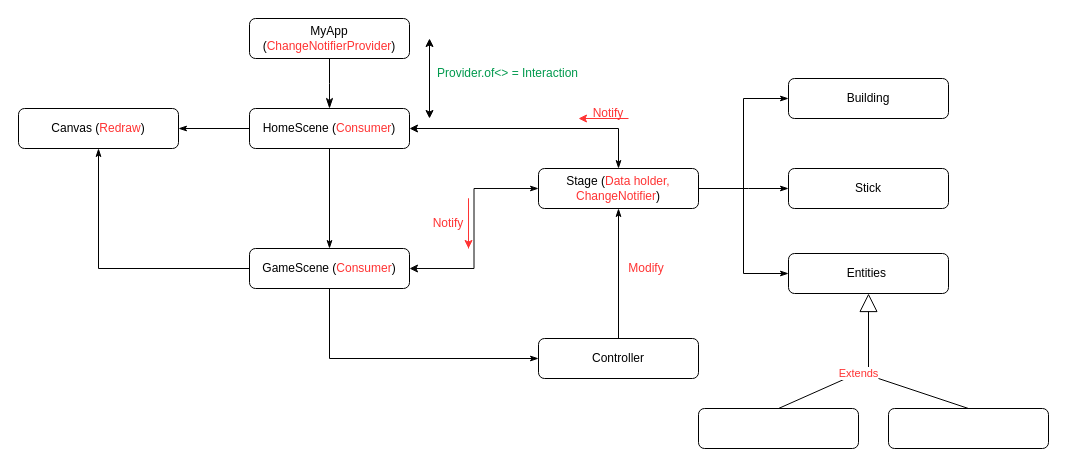
The draw.io diagram page "Page-1" (1 of 2) of App.drawio in SkYF4Il/INFO0045, before the edit. Source tidied: cells renumbered, new cells numbered last; positions are measured from the earlier drawing's top-left corner, leaving out a move shared by most shapes. Both pictures are drawn from the tidied source at 100%, with x=0, y=0 at pixel (18, 18).
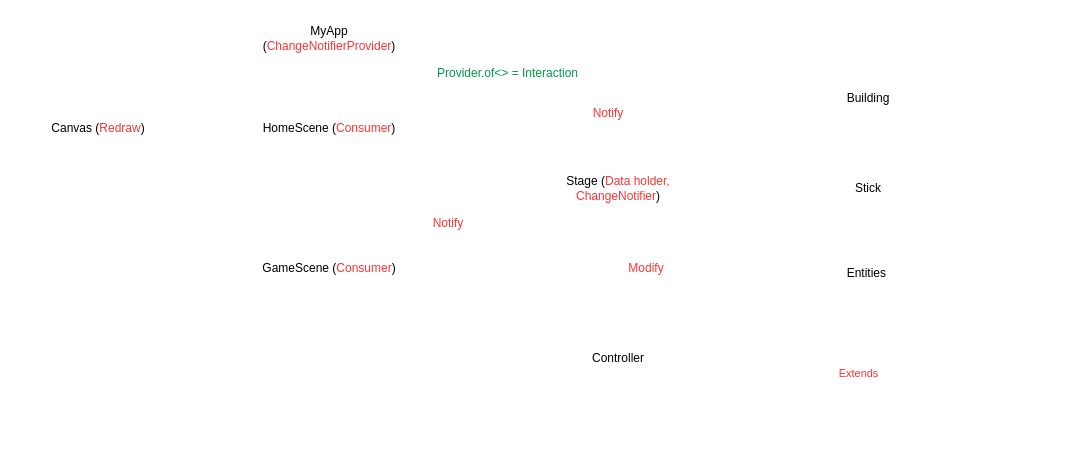
The same page after the edit.

Diff of the diagram source:
```diff
@@
-    <mxCell id="2" style="rounded=0;html=1;jettySize=auto;fontSize=11;endArrow=classicThin;endFill=1;endSize=8;strokeWidth=1;shadow=0;labelBackgroundColor=none;edgeStyle=orthogonalEdgeStyle;" parent="1" edge="1" source="3">
+    <mxCell id="2" style="rounded=0;html=1;jettySize=auto;fontSize=11;endArrow=classicThin;endFill=1;endSize=8;strokeWidth=3;shadow=0;labelBackgroundColor=none;edgeStyle=orthogonalEdgeStyle;strokeColor=#FFFFFF;" parent="1" edge="1" source="3">
       <mxGeometry relative="1" as="geometry">
         <mxPoint x="311" y="90" as="targetPoint" />
       </mxGeometry>
     </mxCell>
-    <mxCell id="3" value="MyApp (&lt;font color=&quot;#ff3333&quot;&gt;ChangeNotifierProvider&lt;/font&gt;)" style="rounded=1;whiteSpace=wrap;html=1;fontSize=12;glass=0;strokeWidth=1;shadow=0;" parent="1" vertex="1">
+    <mxCell id="3" value="MyApp (&lt;font color=&quot;#ff3333&quot;&gt;ChangeNotifierProvider&lt;/font&gt;)" style="rounded=1;whiteSpace=wrap;html=1;fontSize=12;glass=0;strokeWidth=3;shadow=0;strokeColor=#FFFFFF;" parent="1" vertex="1">
       <mxGeometry x="231" width="160" height="40" as="geometry" />
     </mxCell>
-    <mxCell id="4" style="edgeStyle=orthogonalEdgeStyle;rounded=0;jettySize=auto;html=1;fontColor=#00994D;endArrow=classicThin;endFill=1;" parent="1" edge="1" source="7" target="13">
+    <mxCell id="4" style="edgeStyle=orthogonalEdgeStyle;rounded=0;jettySize=auto;html=1;fontColor=#00994D;endArrow=classicThin;endFill=1;strokeWidth=3;strokeColor=#FFFFFF;" parent="1" edge="1" source="7" target="13">
       <mxGeometry relative="1" as="geometry" />
     </mxCell>
-    <mxCell id="5" style="edgeStyle=orthogonalEdgeStyle;rounded=0;jettySize=auto;html=1;fontColor=#FF3333;endArrow=classicThin;endFill=1;" parent="1" edge="1" source="7" target="14">
+    <mxCell id="5" style="edgeStyle=orthogonalEdgeStyle;rounded=0;jettySize=auto;html=1;fontColor=#FF3333;endArrow=classicThin;endFill=1;strokeWidth=3;strokeColor=#FFFFFF;" parent="1" edge="1" source="7" target="14">
       <mxGeometry relative="1" as="geometry" />
     </mxCell>
-    <mxCell id="6" style="edgeStyle=orthogonalEdgeStyle;rounded=0;jettySize=auto;html=1;exitX=1;exitY=0.5;exitDx=0;exitDy=0;entryX=0.5;entryY=0;entryDx=0;entryDy=0;fontColor=#FF3333;startArrow=classic;startFill=1;endArrow=classicThin;endFill=1;" parent="1" edge="1" source="7" target="20">
+    <mxCell id="6" style="edgeStyle=orthogonalEdgeStyle;rounded=0;jettySize=auto;html=1;exitX=1;exitY=0.5;exitDx=0;exitDy=0;entryX=0.5;entryY=0;entryDx=0;entryDy=0;fontColor=#FF3333;startArrow=classic;startFill=1;endArrow=classicThin;endFill=1;strokeWidth=3;strokeColor=#FFFFFF;" parent="1" edge="1" source="7" target="20">
       <mxGeometry relative="1" as="geometry" />
     </mxCell>
-    <mxCell id="7" value="HomeScene (&lt;font color=&quot;#ff3333&quot;&gt;Consumer&lt;/font&gt;)" style="rounded=1;whiteSpace=wrap;html=1;fontSize=12;glass=0;strokeWidth=1;shadow=0;" parent="1" vertex="1">
+    <mxCell id="7" value="HomeScene (&lt;font color=&quot;#ff3333&quot;&gt;Consumer&lt;/font&gt;)" style="rounded=1;whiteSpace=wrap;html=1;fontSize=12;glass=0;strokeWidth=3;shadow=0;strokeColor=#FFFFFF;" parent="1" vertex="1">
       <mxGeometry x="231" y="90" width="160" height="40" as="geometry" />
     </mxCell>
-    <mxCell id="8" style="endArrow=classic;startArrow=classic;html=1;rounded=0;fontColor=#FF3333;" parent="1" edge="1">
+    <mxCell id="8" style="endArrow=classic;startArrow=classic;html=1;rounded=0;fontColor=#FF3333;strokeWidth=3;strokeColor=#FFFFFF;" parent="1" edge="1">
       <mxGeometry relative="1" as="geometry">
         <mxPoint x="411" y="100" as="sourcePoint" />
         <mxPoint x="411" y="20" as="targetPoint" />
       </mxGeometry>
     </mxCell>
-    <mxCell id="9" value="&lt;font color=&quot;#00994d&quot;&gt;Provider.of&amp;lt;&amp;gt; = Interaction&lt;/font&gt;" style="text;html=1;strokeColor=none;fillColor=none;align=center;verticalAlign=middle;whiteSpace=wrap;rounded=0;fontColor=#FF3333;" parent="1" vertex="1">
+    <mxCell id="9" value="&lt;font color=&quot;#00994d&quot;&gt;Provider.of&amp;lt;&amp;gt; = Interaction&lt;/font&gt;" style="text;html=1;strokeColor=#FFFFFF;fillColor=none;align=center;verticalAlign=middle;whiteSpace=wrap;rounded=0;fontColor=#FF3333;strokeWidth=3;" parent="1" vertex="1">
       <mxGeometry x="391" y="40" width="197" height="30" as="geometry" />
     </mxCell>
-    <mxCell id="10" style="edgeStyle=orthogonalEdgeStyle;rounded=0;jettySize=auto;html=1;exitX=0;exitY=0.5;exitDx=0;exitDy=0;entryX=0.5;entryY=1;entryDx=0;entryDy=0;fontColor=#FF3333;startArrow=none;startFill=0;endArrow=classicThin;endFill=1;" parent="1" edge="1" source="13" target="14">
+    <mxCell id="10" style="edgeStyle=orthogonalEdgeStyle;rounded=0;jettySize=auto;html=1;exitX=0;exitY=0.5;exitDx=0;exitDy=0;entryX=0.5;entryY=1;entryDx=0;entryDy=0;fontColor=#FF3333;startArrow=none;startFill=0;endArrow=classicThin;endFill=1;strokeWidth=3;strokeColor=#FFFFFF;" parent="1" edge="1" source="13" target="14">
       <mxGeometry relative="1" as="geometry" />
     </mxCell>
-    <mxCell id="11" style="edgeStyle=orthogonalEdgeStyle;rounded=0;jettySize=auto;html=1;exitX=0.5;exitY=1;exitDx=0;exitDy=0;entryX=0;entryY=0.5;entryDx=0;entryDy=0;fontColor=#FF3333;startArrow=none;startFill=0;endArrow=classicThin;endFill=1;" parent="1" edge="1" source="13" target="16">
+    <mxCell id="11" style="edgeStyle=orthogonalEdgeStyle;rounded=0;jettySize=auto;html=1;exitX=0.5;exitY=1;exitDx=0;exitDy=0;entryX=0;entryY=0.5;entryDx=0;entryDy=0;fontColor=#FF3333;startArrow=none;startFill=0;endArrow=classicThin;endFill=1;strokeWidth=3;strokeColor=#FFFFFF;" parent="1" edge="1" source="13" target="16">
       <mxGeometry relative="1" as="geometry" />
     </mxCell>
-    <mxCell id="12" style="edgeStyle=orthogonalEdgeStyle;rounded=0;jettySize=auto;html=1;exitX=1;exitY=0.5;exitDx=0;exitDy=0;entryX=0;entryY=0.5;entryDx=0;entryDy=0;strokeColor=#080808;fontColor=#FF3333;startArrow=classic;startFill=1;endArrow=classicThin;endFill=1;" parent="1" edge="1" source="13" target="20">
+    <mxCell id="12" style="edgeStyle=orthogonalEdgeStyle;rounded=0;jettySize=auto;html=1;exitX=1;exitY=0.5;exitDx=0;exitDy=0;entryX=0;entryY=0.5;entryDx=0;entryDy=0;strokeColor=#FFFFFF;fontColor=#FF3333;startArrow=classic;startFill=1;endArrow=classicThin;endFill=1;strokeWidth=3;" parent="1" edge="1" source="13" target="20">
       <mxGeometry relative="1" as="geometry" />
     </mxCell>
-    <mxCell id="13" value="GameScene (&lt;font color=&quot;#ff3333&quot;&gt;Consumer&lt;/font&gt;)" style="rounded=1;whiteSpace=wrap;html=1;fontSize=12;glass=0;strokeWidth=1;shadow=0;" parent="1" vertex="1">
+    <mxCell id="13" value="GameScene (&lt;font color=&quot;#ff3333&quot;&gt;Consumer&lt;/font&gt;)" style="rounded=1;whiteSpace=wrap;html=1;fontSize=12;glass=0;strokeWidth=3;shadow=0;strokeColor=#FFFFFF;" parent="1" vertex="1">
       <mxGeometry x="231" y="230" width="160" height="40" as="geometry" />
     </mxCell>
-    <mxCell id="14" value="Canvas (&lt;font color=&quot;#ff3333&quot;&gt;Redraw&lt;/font&gt;)" style="rounded=1;whiteSpace=wrap;html=1;fontSize=12;glass=0;strokeWidth=1;shadow=0;" parent="1" vertex="1">
+    <mxCell id="14" value="Canvas (&lt;font color=&quot;#ff3333&quot;&gt;Redraw&lt;/font&gt;)" style="rounded=1;whiteSpace=wrap;html=1;fontSize=12;glass=0;strokeWidth=3;shadow=0;strokeColor=#FFFFFF;" parent="1" vertex="1">
       <mxGeometry y="90" width="160" height="40" as="geometry" />
     </mxCell>
-    <mxCell id="15" style="edgeStyle=orthogonalEdgeStyle;rounded=0;jettySize=auto;html=1;exitX=0.5;exitY=0;exitDx=0;exitDy=0;entryX=0.5;entryY=1;entryDx=0;entryDy=0;fontColor=#FF3333;startArrow=none;startFill=0;endArrow=classicThin;endFill=1;" parent="1" edge="1" source="16" target="20">
+    <mxCell id="15" style="edgeStyle=orthogonalEdgeStyle;rounded=0;jettySize=auto;html=1;exitX=0.5;exitY=0;exitDx=0;exitDy=0;entryX=0.5;entryY=1;entryDx=0;entryDy=0;fontColor=#FF3333;startArrow=none;startFill=0;endArrow=classicThin;endFill=1;strokeWidth=3;strokeColor=#FFFFFF;" parent="1" edge="1" source="16" target="20">
       <mxGeometry relative="1" as="geometry" />
     </mxCell>
-    <mxCell id="16" value="Controller" style="rounded=1;whiteSpace=wrap;html=1;fontSize=12;glass=0;strokeWidth=1;shadow=0;" parent="1" vertex="1">
+    <mxCell id="16" value="Controller" style="rounded=1;whiteSpace=wrap;html=1;fontSize=12;glass=0;strokeWidth=3;shadow=0;strokeColor=#FFFFFF;" parent="1" vertex="1">
       <mxGeometry x="520" y="320" width="160" height="40" as="geometry" />
     </mxCell>
-    <mxCell id="17" style="edgeStyle=orthogonalEdgeStyle;rounded=0;jettySize=auto;html=1;exitX=1;exitY=0.5;exitDx=0;exitDy=0;entryX=0;entryY=0.5;entryDx=0;entryDy=0;strokeColor=#000000;fontColor=#FF3333;startArrow=none;startFill=0;endArrow=classicThin;endFill=1;" parent="1" edge="1" source="20" target="26">
+    <mxCell id="17" style="edgeStyle=orthogonalEdgeStyle;rounded=0;jettySize=auto;html=1;exitX=1;exitY=0.5;exitDx=0;exitDy=0;entryX=0;entryY=0.5;entryDx=0;entryDy=0;strokeColor=#FFFFFF;fontColor=#FF3333;startArrow=none;startFill=0;endArrow=classicThin;endFill=1;strokeWidth=3;" parent="1" edge="1" source="20" target="26">
       <mxGeometry relative="1" as="geometry" />
     </mxCell>
-    <mxCell id="18" style="edgeStyle=orthogonalEdgeStyle;rounded=0;jettySize=auto;html=1;exitX=1;exitY=0.5;exitDx=0;exitDy=0;strokeColor=#000000;fontColor=#FF3333;startArrow=none;startFill=0;endArrow=classicThin;endFill=1;" parent="1" edge="1" source="20" target="27">
+    <mxCell id="18" style="edgeStyle=orthogonalEdgeStyle;rounded=0;jettySize=auto;html=1;exitX=1;exitY=0.5;exitDx=0;exitDy=0;strokeColor=#FFFFFF;fontColor=#FF3333;startArrow=none;startFill=0;endArrow=classicThin;endFill=1;strokeWidth=3;" parent="1" edge="1" source="20" target="27">
       <mxGeometry relative="1" as="geometry">
         <Array as="points">
           <mxPoint x="730" y="170" />
           <mxPoint x="730" y="170" />
         </Array>
       </mxGeometry>
     </mxCell>
-    <mxCell id="19" style="edgeStyle=orthogonalEdgeStyle;rounded=0;jettySize=auto;html=1;exitX=1;exitY=0.5;exitDx=0;exitDy=0;entryX=0;entryY=0.5;entryDx=0;entryDy=0;strokeColor=#000000;fontColor=#FF3333;startArrow=none;startFill=0;endArrow=classicThin;endFill=1;" parent="1" edge="1" source="20" target="28">
+    <mxCell id="19" style="edgeStyle=orthogonalEdgeStyle;rounded=0;jettySize=auto;html=1;exitX=1;exitY=0.5;exitDx=0;exitDy=0;entryX=0;entryY=0.5;entryDx=0;entryDy=0;strokeColor=#FFFFFF;fontColor=#FF3333;startArrow=none;startFill=0;endArrow=classicThin;endFill=1;strokeWidth=3;" parent="1" edge="1" source="20" target="28">
       <mxGeometry relative="1" as="geometry" />
     </mxCell>
-    <mxCell id="20" value="Stage (&lt;font color=&quot;#ff3333&quot;&gt;Data holder,&lt;br&gt;ChangeNotifier&lt;/font&gt;)" style="rounded=1;whiteSpace=wrap;html=1;fontSize=12;glass=0;strokeWidth=1;shadow=0;" parent="1" vertex="1">
+    <mxCell id="20" value="Stage (&lt;font color=&quot;#ff3333&quot;&gt;Data holder,&lt;br&gt;ChangeNotifier&lt;/font&gt;)" style="rounded=1;whiteSpace=wrap;html=1;fontSize=12;glass=0;strokeWidth=3;shadow=0;strokeColor=#FFFFFF;" parent="1" vertex="1">
       <mxGeometry x="520" y="150" width="160" height="40" as="geometry" />
     </mxCell>
-    <mxCell id="21" value="Modify" style="text;html=1;strokeColor=none;fillColor=none;align=center;verticalAlign=middle;whiteSpace=wrap;rounded=0;fontColor=#FF3333;" parent="1" vertex="1">
+    <mxCell id="21" value="Modify" style="text;html=1;strokeColor=#FFFFFF;fillColor=none;align=center;verticalAlign=middle;whiteSpace=wrap;rounded=0;fontColor=#FF3333;strokeWidth=3;" parent="1" vertex="1">
       <mxGeometry x="598" y="235" width="60" height="30" as="geometry" />
     </mxCell>
-    <mxCell id="22" style="endArrow=classic;html=1;rounded=0;fontColor=#FF3333;fillColor=#e51400;strokeColor=#FF3333;" parent="1" edge="1">
+    <mxCell id="22" style="endArrow=classic;html=1;rounded=0;fontColor=#FF3333;fillColor=#e51400;strokeColor=#FFFFFF;strokeWidth=3;" parent="1" edge="1">
       <mxGeometry relative="1" as="geometry">
         <mxPoint x="610" y="100" as="sourcePoint" />
         <mxPoint x="560" y="100" as="targetPoint" />
       </mxGeometry>
     </mxCell>
-    <mxCell id="23" value="Notify" style="text;html=1;strokeColor=none;fillColor=none;align=center;verticalAlign=middle;whiteSpace=wrap;rounded=0;fontColor=#FF3333;" parent="1" vertex="1">
+    <mxCell id="23" value="Notify" style="text;html=1;strokeColor=#FFFFFF;fillColor=none;align=center;verticalAlign=middle;whiteSpace=wrap;rounded=0;fontColor=#FF3333;strokeWidth=3;" parent="1" vertex="1">
       <mxGeometry x="560" y="80" width="60" height="30" as="geometry" />
     </mxCell>
-    <mxCell id="24" value="Notify" style="text;html=1;strokeColor=none;fillColor=none;align=center;verticalAlign=middle;whiteSpace=wrap;rounded=0;fontColor=#FF3333;" parent="1" vertex="1">
+    <mxCell id="24" value="Notify" style="text;html=1;strokeColor=#FFFFFF;fillColor=none;align=center;verticalAlign=middle;whiteSpace=wrap;rounded=0;fontColor=#FF3333;strokeWidth=3;" parent="1" vertex="1">
       <mxGeometry x="400" y="190" width="60" height="30" as="geometry" />
     </mxCell>
-    <mxCell id="25" style="endArrow=classic;html=1;rounded=0;strokeColor=#FF3333;fontColor=#FF3333;" parent="1" edge="1">
+    <mxCell id="25" style="endArrow=classic;html=1;rounded=0;strokeColor=#FFFFFF;fontColor=#FF3333;strokeWidth=3;" parent="1" edge="1">
       <mxGeometry relative="1" as="geometry">
         <mxPoint x="450" y="230" as="sourcePoint" />
         <mxPoint x="450" y="230" as="targetPoint" />
         <Array as="points">
           <mxPoint x="450" y="180" />
         </Array>
       </mxGeometry>
     </mxCell>
-    <mxCell id="26" value="Entities&amp;nbsp;" style="rounded=1;whiteSpace=wrap;html=1;fontSize=12;glass=0;strokeWidth=1;shadow=0;" parent="1" vertex="1">
+    <mxCell id="26" value="Entities&amp;nbsp;" style="rounded=1;whiteSpace=wrap;html=1;fontSize=12;glass=0;strokeWidth=3;shadow=0;strokeColor=#FFFFFF;" parent="1" vertex="1">
       <mxGeometry x="770" y="235" width="160" height="40" as="geometry" />
     </mxCell>
-    <mxCell id="27" value="Stick" style="rounded=1;whiteSpace=wrap;html=1;fontSize=12;glass=0;strokeWidth=1;shadow=0;" parent="1" vertex="1">
+    <mxCell id="27" value="Stick" style="rounded=1;whiteSpace=wrap;html=1;fontSize=12;glass=0;strokeWidth=3;shadow=0;strokeColor=#FFFFFF;" parent="1" vertex="1">
       <mxGeometry x="770" y="150" width="160" height="40" as="geometry" />
     </mxCell>
-    <mxCell id="28" value="Building" style="rounded=1;whiteSpace=wrap;html=1;fontSize=12;glass=0;strokeWidth=1;shadow=0;" parent="1" vertex="1">
+    <mxCell id="28" value="Building" style="rounded=1;whiteSpace=wrap;html=1;fontSize=12;glass=0;strokeWidth=3;shadow=0;strokeColor=#FFFFFF;" parent="1" vertex="1">
       <mxGeometry x="770" y="60" width="160" height="40" as="geometry" />
     </mxCell>
-    <mxCell id="29" value="Extends" style="endArrow=block;endSize=16;endFill=0;html=1;rounded=0;strokeColor=#000000;fontColor=#FF3333;entryX=0.5;entryY=1;entryDx=0;entryDy=0;exitX=0.5;exitY=0;exitDx=0;exitDy=0;" parent="1" edge="1" source="30" target="26">
+    <mxCell id="29" value="Extends" style="endArrow=block;endSize=16;endFill=0;html=1;rounded=0;strokeColor=#FFFFFF;fontColor=#FF3333;entryX=0.5;entryY=1;entryDx=0;entryDy=0;exitX=0.5;exitY=0;exitDx=0;exitDy=0;strokeWidth=3;" parent="1" edge="1" source="30" target="26">
       <mxGeometry relative="1" as="geometry">
         <Array as="points">
           <mxPoint x="850" y="350" />
         </Array>
       </mxGeometry>
     </mxCell>
-    <mxCell id="30" style="rounded=1;whiteSpace=wrap;html=1;fontSize=12;glass=0;strokeWidth=1;shadow=0;" parent="1" vertex="1">
+    <mxCell id="30" style="rounded=1;whiteSpace=wrap;html=1;fontSize=12;glass=0;strokeWidth=3;shadow=0;strokeColor=#FFFFFF;" parent="1" vertex="1">
       <mxGeometry x="680" y="390" width="160" height="40" as="geometry" />
     </mxCell>
-    <mxCell id="31" style="edgeStyle=none;rounded=0;jettySize=auto;html=1;exitX=0.5;exitY=0;exitDx=0;exitDy=0;strokeColor=#000000;fontColor=#FF3333;startArrow=none;startFill=0;endArrow=none;endFill=0;" parent="1" edge="1" source="32">
+    <mxCell id="31" style="edgeStyle=none;rounded=0;jettySize=auto;html=1;exitX=0.5;exitY=0;exitDx=0;exitDy=0;strokeColor=#FFFFFF;fontColor=#FF3333;startArrow=none;startFill=0;endArrow=none;endFill=0;strokeWidth=3;" parent="1" edge="1" source="32">
       <mxGeometry relative="1" as="geometry">
         <mxPoint x="860" y="360" as="targetPoint" />
       </mxGeometry>
     </mxCell>
-    <mxCell id="32" style="rounded=1;whiteSpace=wrap;html=1;fontSize=12;glass=0;strokeWidth=1;shadow=0;" parent="1" vertex="1">
+    <mxCell id="32" style="rounded=1;whiteSpace=wrap;html=1;fontSize=12;glass=0;strokeWidth=3;shadow=0;strokeColor=#FFFFFF;" parent="1" vertex="1">
       <mxGeometry x="870" y="390" width="160" height="40" as="geometry" />
     </mxCell>
```
